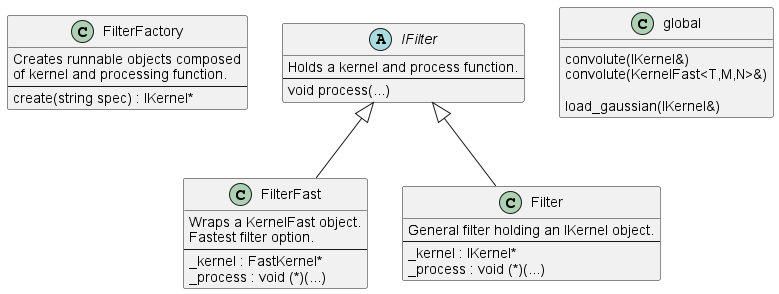
Earlier version of the PlantUML export doc/design/diagram/filter_factory.png (ibpaul/workshop).
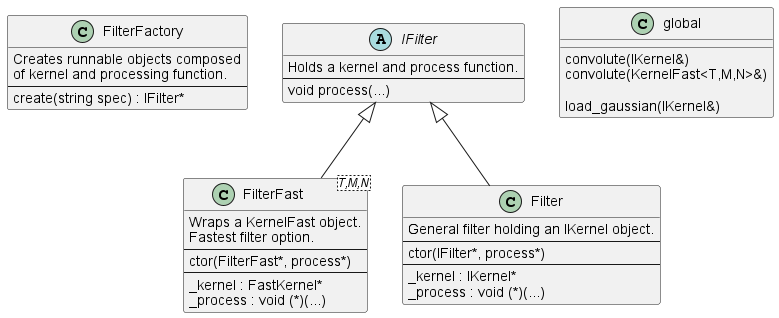
Later version of the same file.

Commit message:
updated design documentation relating to FilterFactory, Filter and Kernel

What changed in the source:
```diff
@@ -4,7 +4,7 @@
     Creates runnable objects composed
     of kernel and processing function.
     ---
-    create(string spec) : IKernel*
+    create(string spec) : IFilter*
 }
 
 abstract IFilter {
@@ -13,9 +13,11 @@
     void process(...)
 }
 
-class FilterFast {
+class FilterFast<T,M,N> {
     Wraps a KernelFast object.
     Fastest filter option.
+    ---
+    ctor(FilterFast*, process*)
     ---
     {field} _kernel : FastKernel*
     {field} _process : void (*)(...)
@@ -23,6 +25,8 @@
 
 class Filter {
     General filter holding an IKernel object.
+    ---
+    ctor(IFilter*, process*)
     ---
     {field} _kernel : IKernel*
     {field} _process : void (*)(...)
```
